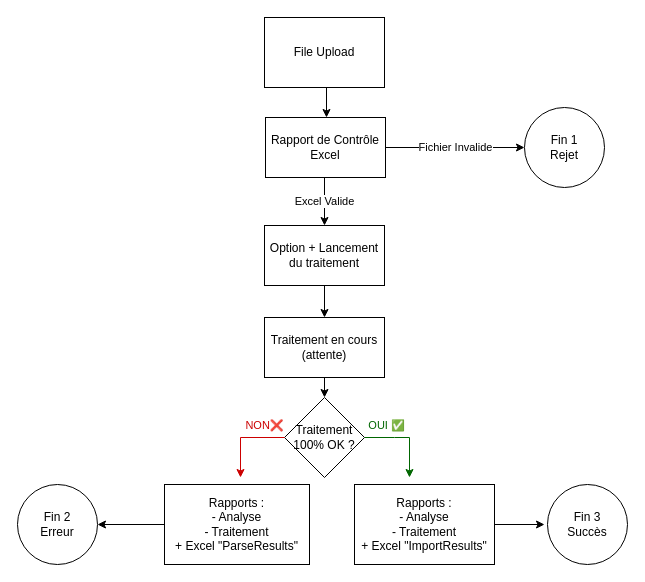
Above: Spécifications/Import - Diagram d'enchaînement des écrans.drawio in xarich/XRIPersonalWiki (draw.io), before the change. Source tidied: cells renumbered, new cells numbered last; positions are measured from the earlier drawing's top-left corner, leaving out a move shared by most shapes. Both pictures are drawn from the tidied source at 100%, with x=0, y=0 at pixel (17, 17).
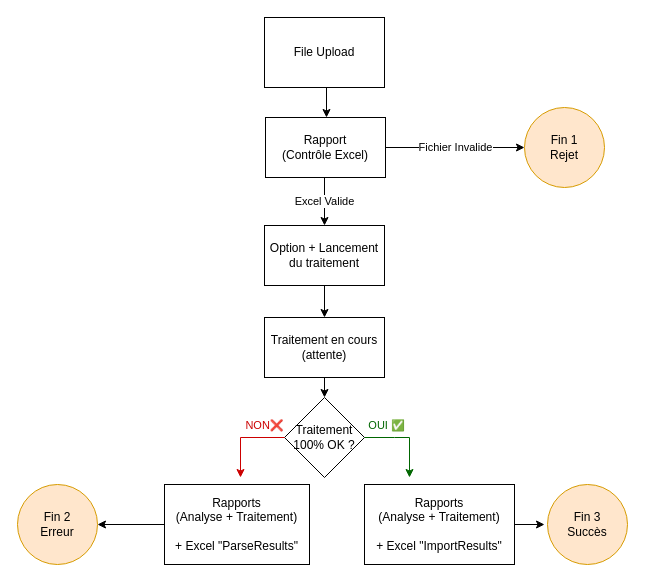
Above is the later version.

The edit, as a diff of the source:
```diff
@@
-    <mxCell id="4" value="Rapport de&amp;nbsp;Contrôle Excel" style="rounded=0;whiteSpace=wrap;html=1;" parent="1" vertex="1">
+    <mxCell id="4" value="Rapport&lt;br&gt;(Contrôle Excel)" style="rounded=0;whiteSpace=wrap;html=1;" parent="1" vertex="1">
       <mxGeometry x="248" y="100" width="120" height="60" as="geometry" />
     </mxCell>
-    <mxCell id="5" value="&lt;div&gt;&lt;span&gt;Rapports :&lt;/span&gt;&lt;/div&gt;- Analyse&lt;br&gt;- Traitement&lt;br&gt;+ Excel &quot;ParseResults&quot;" style="rounded=0;whiteSpace=wrap;html=1;align=center;" parent="1" vertex="1">
+    <mxCell id="5" value="&lt;div&gt;&lt;span&gt;Rapports&lt;/span&gt;&lt;/div&gt;(Analyse +&amp;nbsp;Traitement)&lt;br&gt;&lt;br&gt;+ Excel &quot;ParseResults&quot;" style="rounded=0;whiteSpace=wrap;html=1;align=center;" parent="1" vertex="1">
       <mxGeometry x="147" y="467" width="145" height="80" as="geometry" />
     </mxCell>
-    <mxCell id="6" value="&lt;div&gt;&lt;span&gt;Rapports :&lt;/span&gt;&lt;/div&gt;- Analyse&lt;br&gt;- Traitement&lt;br&gt;+ Excel &quot;ImportResults&quot;" style="rounded=0;whiteSpace=wrap;html=1;align=center;" parent="1" vertex="1">
-      <mxGeometry x="337" y="467" width="140" height="80" as="geometry" />
+    <mxCell id="6" value="&lt;div&gt;&lt;span&gt;Rapports&lt;/span&gt;&lt;/div&gt;&lt;div&gt;&lt;/div&gt;(Analyse +&amp;nbsp;Traitement)&lt;br&gt;&lt;br&gt;+ Excel &quot;ImportResults&quot;" style="rounded=0;whiteSpace=wrap;html=1;align=center;" parent="1" vertex="1">
+      <mxGeometry x="347" y="467" width="150" height="80" as="geometry" />
     </mxCell>
-    <mxCell id="7" value="Fin 1&lt;br&gt;Rejet" style="ellipse;whiteSpace=wrap;html=1;" parent="1" vertex="1">
+    <mxCell id="7" value="Fin 1&lt;br&gt;Rejet" style="ellipse;whiteSpace=wrap;html=1;fillColor=#ffe6cc;strokeColor=#d79b00;" parent="1" vertex="1">
       <mxGeometry x="507" y="90" width="80" height="80" as="geometry" />
     </mxCell>
@@
-    <mxCell id="14" value="Fin 3&lt;br&gt;Succès" style="ellipse;whiteSpace=wrap;html=1;" parent="1" vertex="1">
+    <mxCell id="14" value="Fin 3&lt;br&gt;Succès" style="ellipse;whiteSpace=wrap;html=1;fillColor=#ffe6cc;strokeColor=#d79b00;" parent="1" vertex="1">
       <mxGeometry x="530" y="467" width="80" height="80" as="geometry" />
     </mxCell>
-    <mxCell id="15" value="Fin 2&lt;br&gt;Erreur" style="ellipse;whiteSpace=wrap;html=1;" parent="1" vertex="1">
+    <mxCell id="15" value="Fin 2&lt;br&gt;Erreur" style="ellipse;whiteSpace=wrap;html=1;fillColor=#ffe6cc;strokeColor=#d79b00;" parent="1" vertex="1">
       <mxGeometry y="467" width="80" height="80" as="geometry" />
     </mxCell>
```
